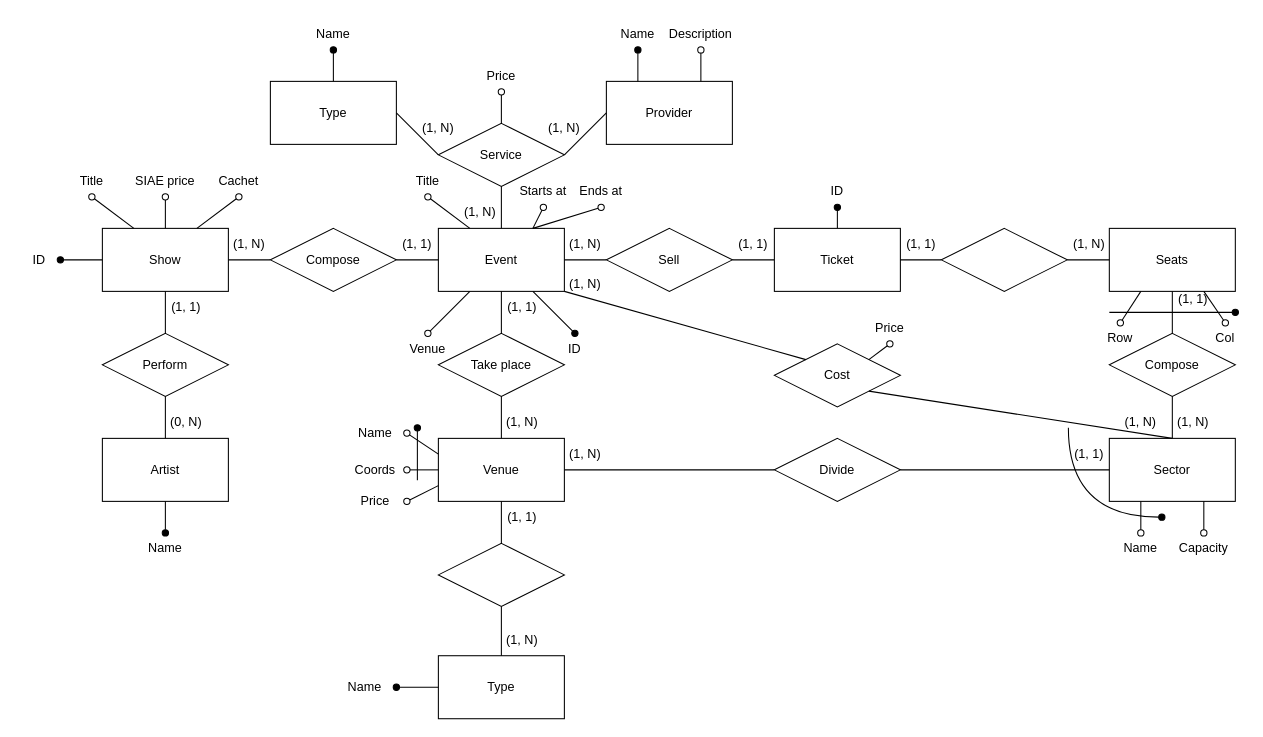
Above: ER.drawio in lucat1/unibo_90107_progetto (draw.io), before the change. Source tidied: cells renumbered, new cells numbered last; positions are measured from the earlier drawing's top-left corner, leaving out a move shared by most shapes. Both pictures are drawn from the tidied source at 105%, with x=0, y=0 at pixel (18, 18).
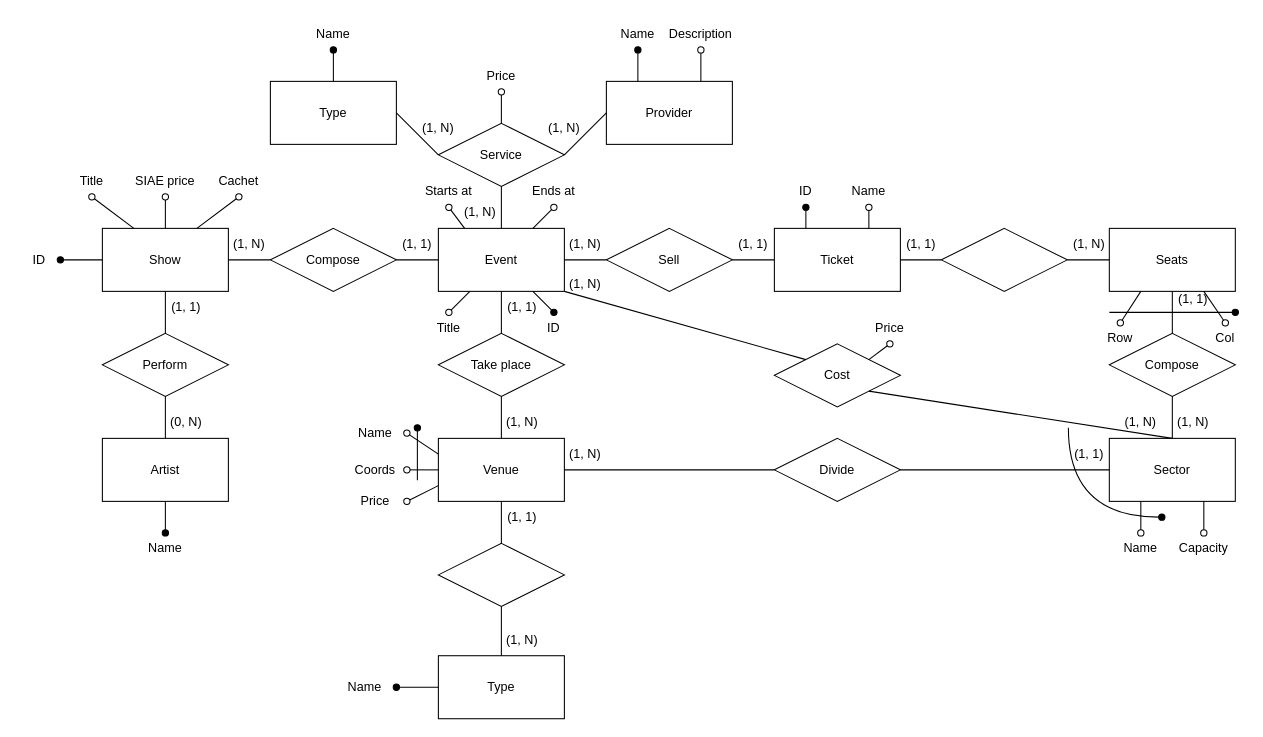
The same page after the edit.

The change refers to these unchanged cells:
```xml
<mxCell id="2" value="Event" style="rounded=0;whiteSpace=wrap;html=1;" parent="1" vertex="1">
  <mxGeometry x="400" y="200" width="120" height="60" as="geometry" />
</mxCell>
<mxCell id="49" value="(1, N)" style="text;html=1;strokeColor=none;fillColor=none;align=center;verticalAlign=middle;whiteSpace=wrap;rounded=0;" parent="1" vertex="1">
  <mxGeometry x="410" y="170" width="60" height="30" as="geometry" />
</mxCell>
<mxCell id="109" value="&lt;div&gt;Ticket&lt;/div&gt;" style="rounded=0;whiteSpace=wrap;html=1;" parent="1" vertex="1">
  <mxGeometry x="720" y="200" width="120" height="60" as="geometry" />
</mxCell>
```

What changed in the source:
```diff
@@
     <mxCell id="23" value="Title" style="text;html=1;strokeColor=none;fillColor=none;align=center;verticalAlign=middle;whiteSpace=wrap;rounded=0;" parent="1" vertex="1">
-      <mxGeometry x="360" y="140" width="60" height="30" as="geometry" />
+      <mxGeometry x="380" y="280" width="60" height="30" as="geometry" />
     </mxCell>
     <mxCell id="24" value="&lt;div&gt;Starts at&lt;/div&gt;" style="text;html=1;strokeColor=none;fillColor=none;align=center;verticalAlign=middle;whiteSpace=wrap;rounded=0;" parent="1" vertex="1">
-      <mxGeometry x="470" y="150" width="60" height="30" as="geometry" />
+      <mxGeometry x="380" y="150" width="60" height="30" as="geometry" />
     </mxCell>
     <mxCell id="25" value="Ends at" style="text;html=1;strokeColor=none;fillColor=none;align=center;verticalAlign=middle;whiteSpace=wrap;rounded=0;" parent="1" vertex="1">
-      <mxGeometry x="525" y="150" width="60" height="30" as="geometry" />
+      <mxGeometry x="480" y="150" width="60" height="30" as="geometry" />
     </mxCell>
-    <mxCell id="26" style="endArrow=oval;html=1;rounded=0;entryX=0.5;entryY=1;entryDx=0;entryDy=0;exitX=0.25;exitY=0;exitDx=0;exitDy=0;endFill=0;" parent="1" edge="1" source="2" target="23">
+    <mxCell id="26" style="endArrow=oval;html=1;rounded=0;entryX=0.5;entryY=0;entryDx=0;entryDy=0;exitX=0.25;exitY=1;exitDx=0;exitDy=0;endFill=0;" parent="1" edge="1" source="2" target="23">
       <mxGeometry relative="1" as="geometry" />
     </mxCell>
-    <mxCell id="27" style="endArrow=oval;html=1;rounded=0;exitX=0.75;exitY=0;exitDx=0;exitDy=0;endFill=0;entryX=0.5;entryY=1;entryDx=0;entryDy=0;" parent="1" edge="1" source="2" target="24">
+    <mxCell id="27" style="endArrow=oval;html=1;rounded=0;exitX=0.25;exitY=1;exitDx=0;exitDy=0;endFill=0;entryX=0.5;entryY=1;entryDx=0;entryDy=0;" parent="1" edge="1" source="49" target="24">
       <mxGeometry relative="1" as="geometry" />
     </mxCell>
@@
     <mxCell id="35" value="ID" style="text;html=1;strokeColor=none;fillColor=none;align=center;verticalAlign=middle;whiteSpace=wrap;rounded=0;" parent="1" vertex="1">
-      <mxGeometry x="500" y="300" width="60" height="30" as="geometry" />
+      <mxGeometry x="480" y="280" width="60" height="30" as="geometry" />
     </mxCell>
@@
-    <mxCell id="37" value="Venue" style="text;html=1;strokeColor=none;fillColor=none;align=center;verticalAlign=middle;whiteSpace=wrap;rounded=0;" parent="1" vertex="1">
-      <mxGeometry x="360" y="300" width="60" height="30" as="geometry" />
-    </mxCell>
-    <mxCell id="38" style="endArrow=oval;html=1;rounded=0;exitX=0.25;exitY=1;exitDx=0;exitDy=0;entryX=0.5;entryY=0;entryDx=0;entryDy=0;endFill=0;" parent="1" edge="1" source="2" target="37">
-      <mxGeometry relative="1" as="geometry" />
-    </mxCell>
@@
-    <mxCell id="73" style="endArrow=oval;html=1;rounded=0;exitX=0.5;exitY=0;exitDx=0;exitDy=0;entryX=0.5;entryY=1;entryDx=0;entryDy=0;endFill=1;" parent="1" edge="1" source="109" target="74">
+    <mxCell id="73" style="endArrow=oval;html=1;rounded=0;exitX=0.25;exitY=0;exitDx=0;exitDy=0;entryX=0.5;entryY=1;entryDx=0;entryDy=0;endFill=1;" parent="1" edge="1" source="109" target="74">
       <mxGeometry relative="1" as="geometry" />
     </mxCell>
     <mxCell id="74" value="ID" style="text;html=1;strokeColor=none;fillColor=none;align=center;verticalAlign=middle;whiteSpace=wrap;rounded=0;" parent="1" vertex="1">
-      <mxGeometry x="750" y="150" width="60" height="30" as="geometry" />
+      <mxGeometry x="720" y="150" width="60" height="30" as="geometry" />
     </mxCell>
@@
+    <mxCell id="115" value="Name" style="text;html=1;strokeColor=none;fillColor=none;align=center;verticalAlign=middle;whiteSpace=wrap;rounded=0;" parent="1" vertex="1">
+      <mxGeometry x="780" y="150" width="60" height="30" as="geometry" />
+    </mxCell>
+    <mxCell id="116" style="endArrow=oval;html=1;rounded=0;exitX=0.75;exitY=0;exitDx=0;exitDy=0;endFill=0;entryX=0.5;entryY=1;entryDx=0;entryDy=0;" parent="1" edge="1" source="109" target="115">
+      <mxGeometry relative="1" as="geometry" />
+    </mxCell>
```
